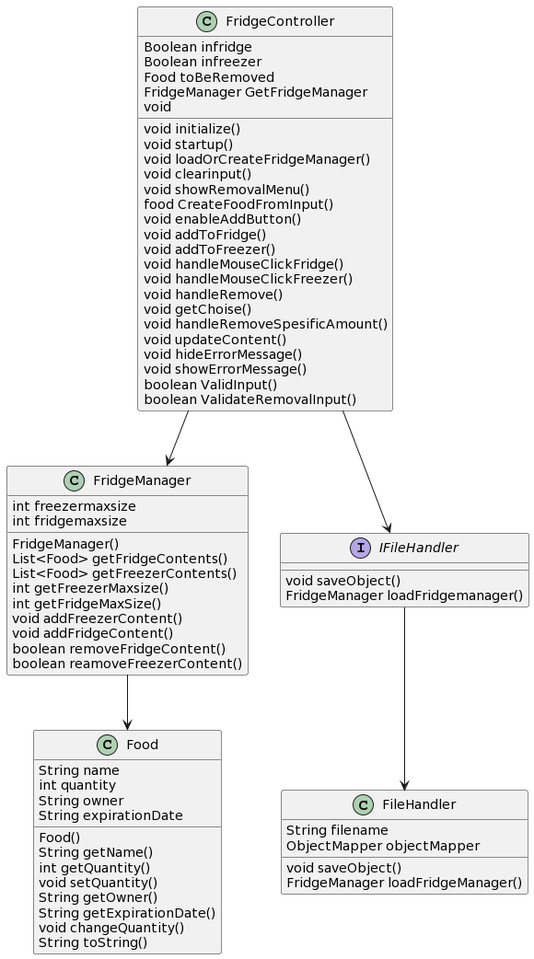
Before: FridgeManager/pictures/class-diagram.png, a diagram exported from PlantUML (Spiderpig02/FridgeManager).
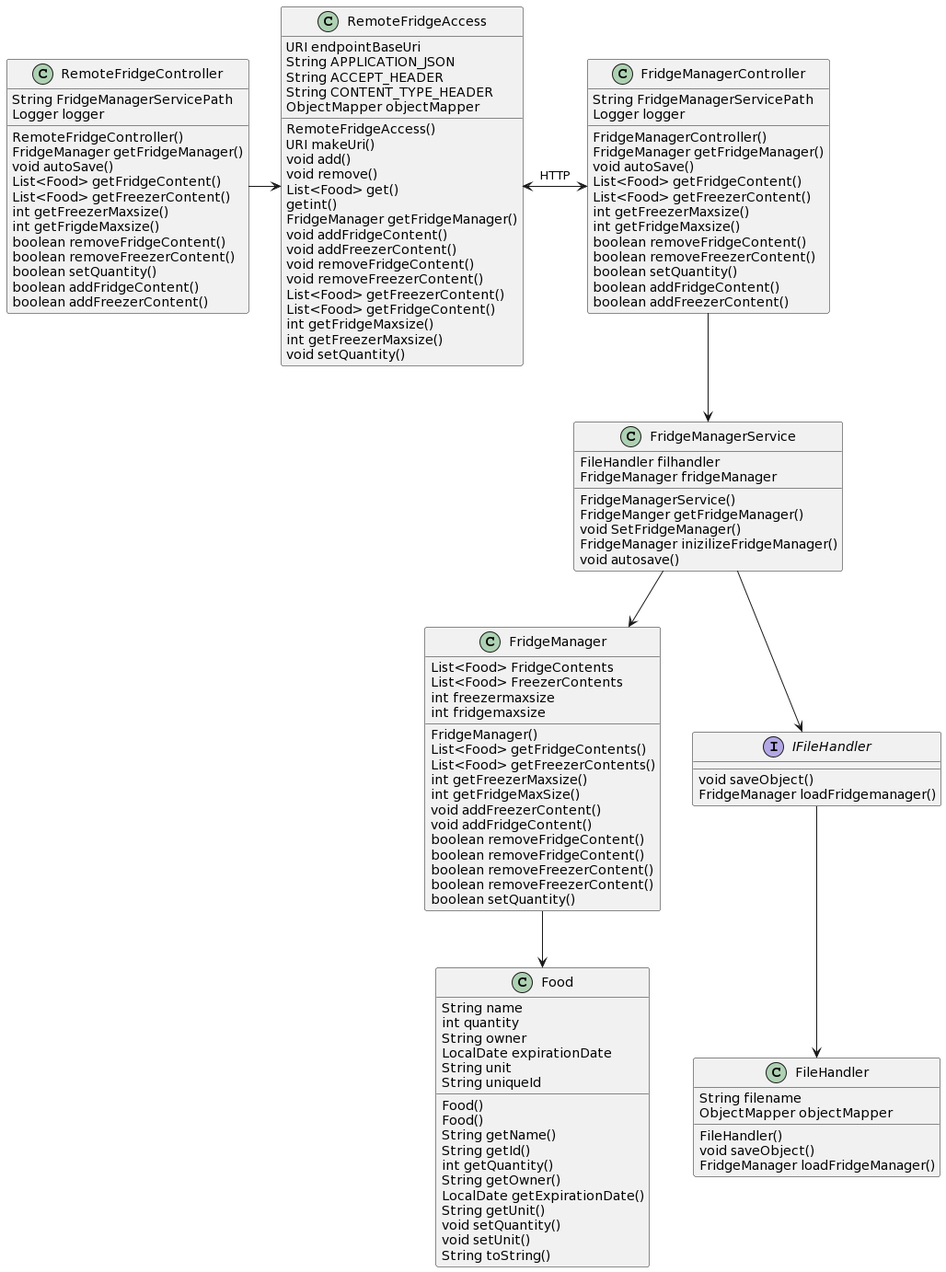
After the commit.

What changed in the source:
```diff
@@ -1,7 +1,10 @@
 @startuml
 class FridgeManager {
+   List<Food> FridgeContents
+   List<Food> FreezerContents
    int freezermaxsize
    int fridgemaxsize
+
    FridgeManager()
    List<Food> getFridgeContents()
    List<Food> getFreezerContents()
@@ -10,11 +13,16 @@
    void addFreezerContent()
    void addFridgeContent()
    boolean removeFridgeContent()
-   boolean reamoveFreezerContent()
+   boolean removeFridgeContent()
+   boolean removeFreezerContent()
+   boolean removeFreezerContent()
+   boolean setQuantity()
+
 }
 class FileHandler{
    String filename
    ObjectMapper objectMapper
+   FileHandler()
    void saveObject()
    FridgeManager loadFridgeManager()
 }
@@ -22,49 +30,106 @@
    void saveObject()
    FridgeManager loadFridgemanager()
 }
-class FridgeController {
-   Boolean infridge
-   Boolean infreezer
-   Food toBeRemoved
-   void initialize()
-   void startup()
-   void loadOrCreateFridgeManager()
-   void clearinput()
-   void showRemovalMenu()
-   food CreateFoodFromInput()
-   void enableAddButton()
-   void addToFridge()
-   void addToFreezer()
-   void handleMouseClickFridge()
-   void handleMouseClickFreezer()
-   void handleRemove()
-   void getChoise()
-   void handleRemoveSpesificAmount()
-   void updateContent()
-   void hideErrorMessage()
-   void showErrorMessage()
-   boolean ValidInput()
-   boolean ValidateRemovalInput()
-   FridgeManager GetFridgeManager
-   void
+class FridgeManagerController {
+   String FridgeManagerServicePath
+   Logger logger
+   FridgeManagerController()
+   FridgeManager getFridgeManager()
+   void autoSave()
+   List<Food> getFridgeContent()
+   List<Food> getFreezerContent()
+   int getFreezerMaxsize()
+   int getFridgeMaxsize()
+   boolean removeFridgeContent()
+   boolean removeFreezerContent()
+   boolean setQuantity()
+   boolean addFridgeContent()
+   boolean addFreezerContent()
 }
 class Food {
    String name
    int quantity
    String owner
-   String expirationDate
+   LocalDate expirationDate
+   String unit
+   String uniqueId
+
+
+   Food()
    Food()
    String getName()
+   String getId()
    int getQuantity()
+   String getOwner()
+   LocalDate getExpirationDate()
+   String getUnit()
    void setQuantity()
-   String getOwner()
-   String getExpirationDate()
-   void changeQuantity()
+   void setUnit()
    String toString()
 }
+class FridgeManagerService{
+ FileHandler filhandler
+ FridgeManager fridgeManager
 
-FridgeController  --> FridgeManager
-FridgeController  --> IFileHandler
+ FridgeManagerService()
+ FridgeManger getFridgeManager()
+ void SetFridgeManager()
+ FridgeManager inizilizeFridgeManager()
+ void autosave()
+}
+
+
+class RemoteFridgeController {
+String FridgeManagerServicePath
+Logger logger
+
+RemoteFridgeController()
+FridgeManager getFridgeManager()
+void autoSave()
+List<Food> getFridgeContent()
+List<Food> getFreezerContent()
+int getFreezerMaxsize()
+int getFrigdeMaxsize()
+boolean removeFridgeContent()
+boolean removeFreezerContent()
+boolean setQuantity()
+boolean addFridgeContent()
+boolean addFreezerContent()
+}
+
+class RemoteFridgeAccess{
+URI endpointBaseUri
+String APPLICATION_JSON
+String ACCEPT_HEADER
+String CONTENT_TYPE_HEADER
+ObjectMapper objectMapper
+
+
+RemoteFridgeAccess()
+URI makeUri()
+void add()
+void remove()
+List<Food> get()
+getint()
+FridgeManager getFridgeManager()
+void addFridgeContent()
+void addFreezerContent()
+void removeFridgeContent()
+void removeFreezerContent()
+List<Food> getFreezerContent()
+List<Food> getFridgeContent()
+int getFridgeMaxsize()
+int getFreezerMaxsize()
+void setQuantity()
+}
+
+
+
+FridgeManagerController  --> FridgeManagerService
+FridgeManagerService  --> IFileHandler
+FridgeManagerService --> FridgeManager
 IFileHandler --> FileHandler
 FridgeManager --> Food
+RemoteFridgeController ->RemoteFridgeAccess
+RemoteFridgeAccess <-> FridgeManagerController : HTTP
 @enduml
```
